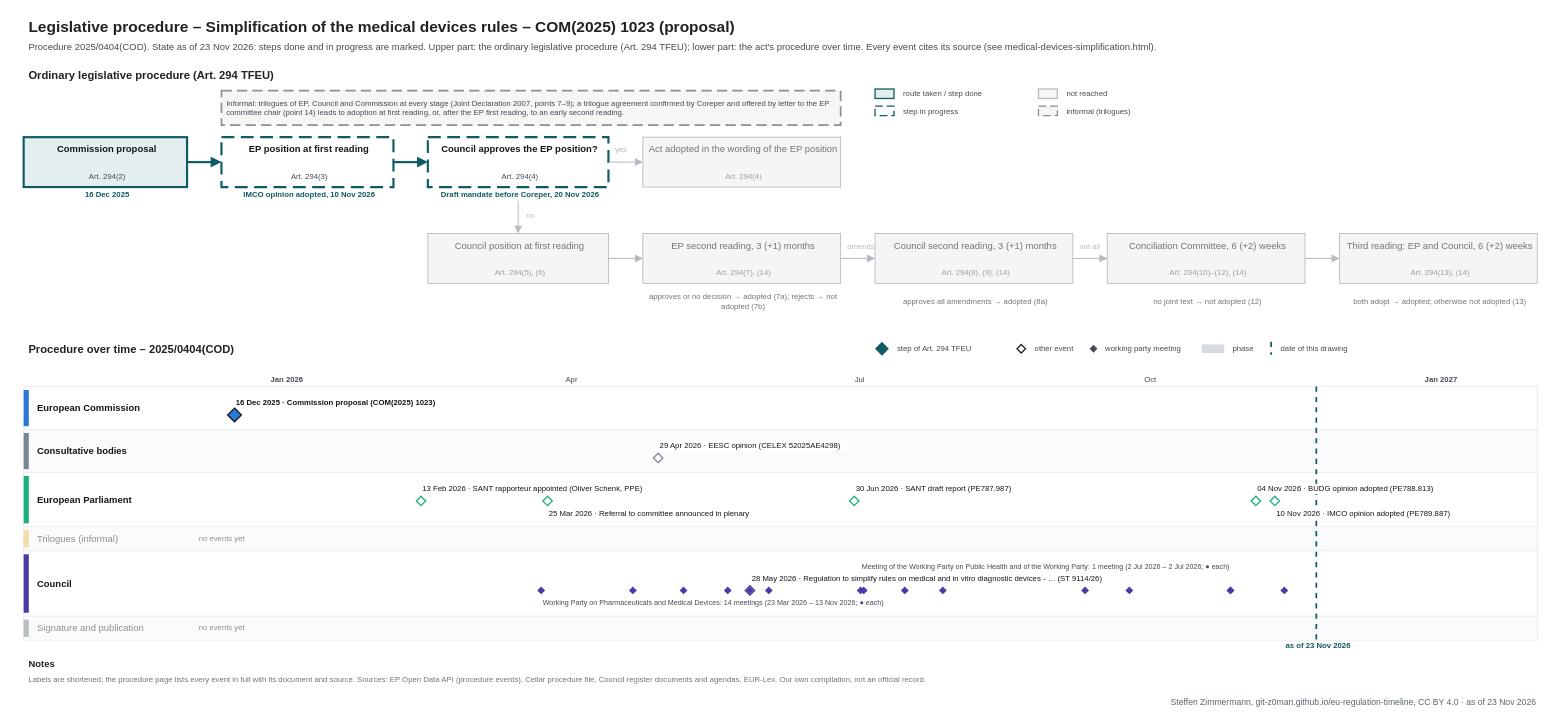
This is procedures/medical-devices-simplification.drawio from git-z0man/eu-regulation-timeline, a draw.io file, before an edit. Source tidied: cells renumbered, new cells numbered last; positions are measured from the earlier drawing's top-left corner, leaving out a move shared by most shapes. Both pictures are drawn from the tidied source at 86%, with x=0, y=0 at pixel (15, 15).
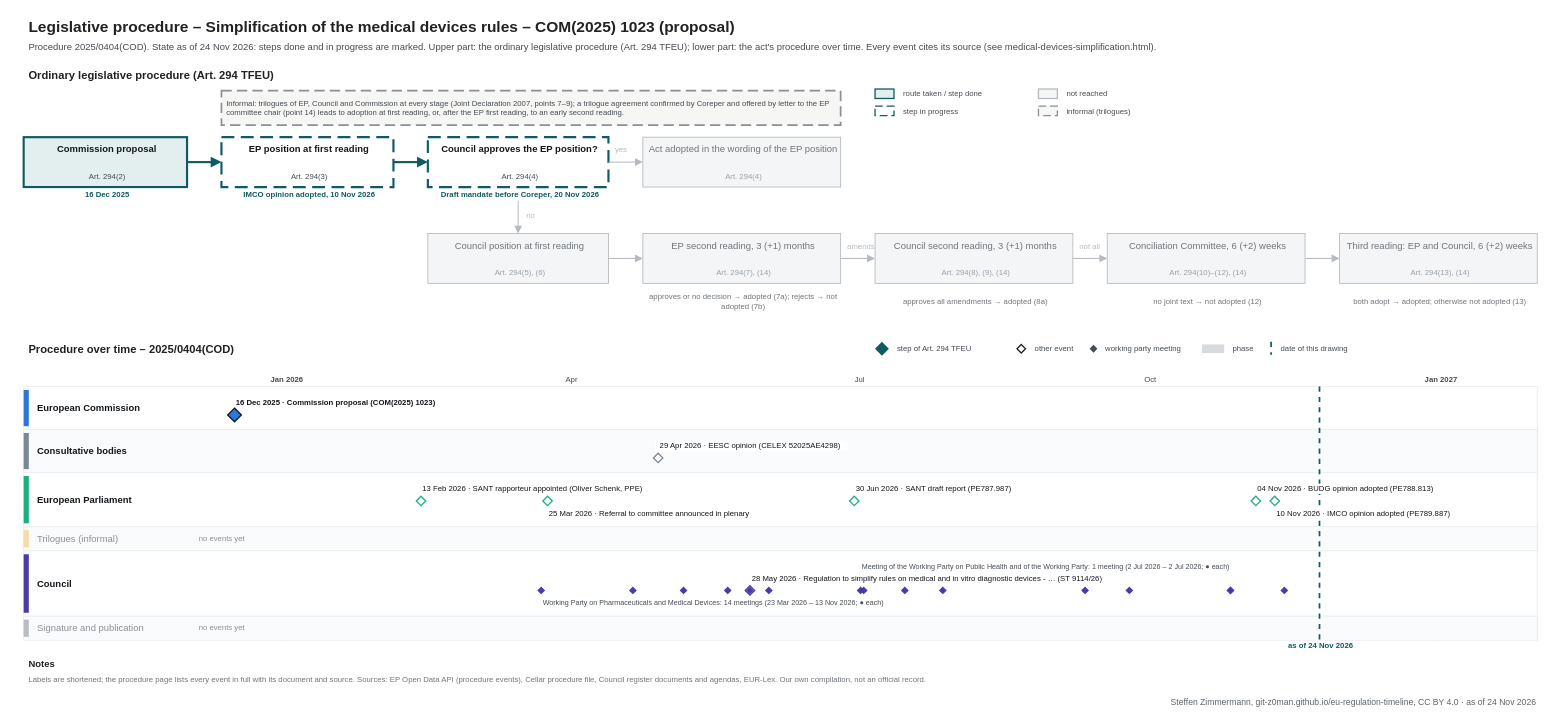
Above is the later version.

What changed in the source:
```diff
@@
-    <mxCell id="3" value="Procedure 2025/0404(COD). State as of 23 Nov 2026: steps done and in progress are marked. Upper part: the ordinary legislative procedure (Art. 294 TFEU); lower part: the act's procedure over time. Every event cites its source (see medical-devices-simplification.html)." style="text;html=1;fontSize=11;fontColor=#454c53;align=left;verticalAlign=middle;spacingLeft=4;" parent="1" vertex="1">
+    <mxCell id="3" value="Procedure 2025/0404(COD). State as of 24 Nov 2026: steps done and in progress are marked. Upper part: the ordinary legislative procedure (Art. 294 TFEU); lower part: the act's procedure over time. Every event cites its source (see medical-devices-simplification.html)." style="text;html=1;fontSize=11;fontColor=#454c53;align=left;verticalAlign=middle;spacingLeft=4;" parent="1" vertex="1">
       <mxGeometry x="10" y="28" width="1700" height="18" as="geometry" />
     </mxCell>
@@
     <mxCell id="112" style="line;html=1;strokeWidth=2;strokeColor=#0f5a63;direction=south;dashed=1;" parent="1" vertex="1">
-      <mxGeometry x="1512.6" y="432" width="1" height="295" as="geometry" />
+      <mxGeometry x="1516.3" y="432" width="1" height="295" as="geometry" />
     </mxCell>
-    <mxCell id="113" value="as of 23 Nov 2026" style="text;html=1;fontSize=9;fontColor=#0f5a63;align=center;verticalAlign=middle;spacingLeft=4;fontStyle=1;" parent="1" vertex="1">
-      <mxGeometry x="1452.6" y="728" width="120" height="12" as="geometry" />
+    <mxCell id="113" value="as of 24 Nov 2026" style="text;html=1;fontSize=9;fontColor=#0f5a63;align=center;verticalAlign=middle;spacingLeft=4;fontStyle=1;" parent="1" vertex="1">
+      <mxGeometry x="1456.3" y="728" width="120" height="12" as="geometry" />
     </mxCell>
@@
-    <mxCell id="149" value="Steffen Zimmermann, git-z0man.github.io/eu-regulation-timeline, CC BY 4.0 · as of 23 Nov 2026" style="text;html=1;fontSize=10;fontColor=#5b646b;align=right;verticalAlign=middle;spacingLeft=4;" parent="1" vertex="1">
+    <mxCell id="149" value="Steffen Zimmermann, git-z0man.github.io/eu-regulation-timeline, CC BY 4.0 · as of 24 Nov 2026" style="text;html=1;fontSize=10;fontColor=#5b646b;align=right;verticalAlign=middle;spacingLeft=4;" parent="1" vertex="1">
       <mxGeometry x="10" y="791" width="1760" height="16" as="geometry" />
     </mxCell>
```
